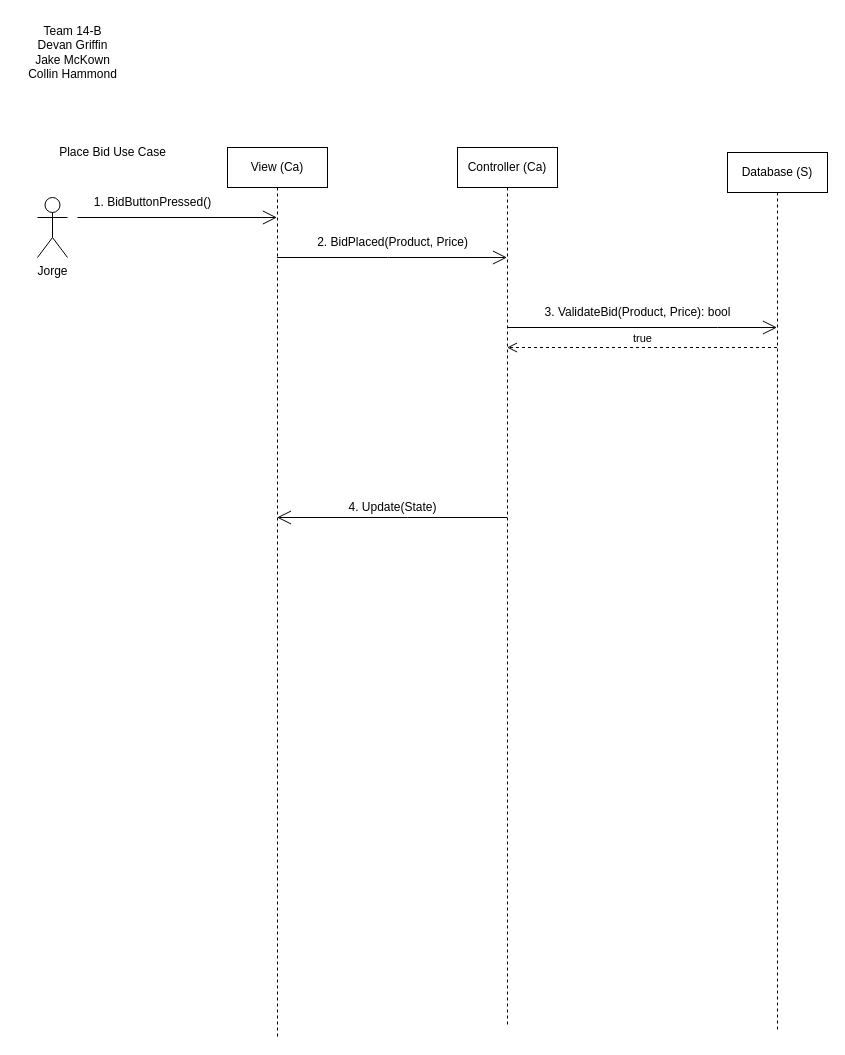
Earlier version of the draw.io diagram page "UC-UserBid" (3 of 4) of Project4-Diagrams.drawio (CoHammo/Bid501-Team14B). Source tidied: cells renumbered, new cells numbered last; positions are measured from the earlier drawing's top-left corner, leaving out a move shared by most shapes. Both pictures are drawn from the tidied source at 100%, with x=0, y=0 at pixel (17, 17).
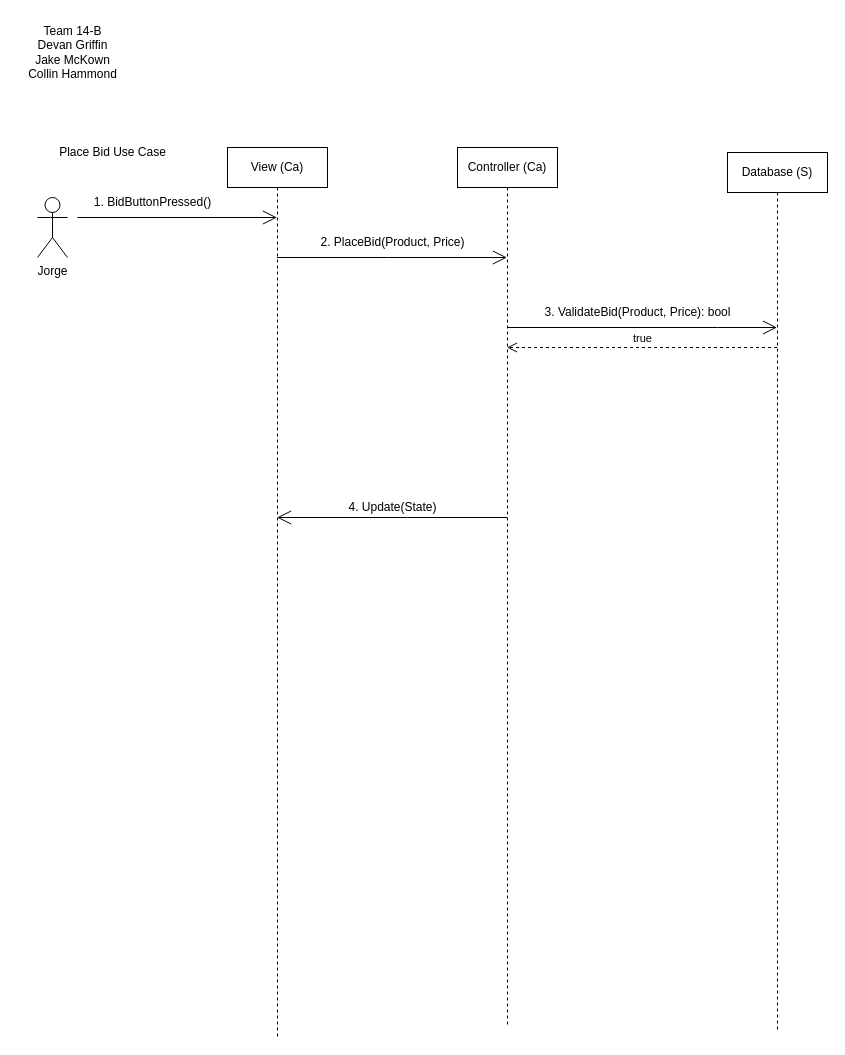
The same page after the edit.

Change to the diagram source:
```diff
@@
-    <mxCell id="8" value="2. BidPlaced(Product, Price)" style="text;html=1;align=center;verticalAlign=middle;strokeColor=none;fillColor=none;" parent="1" vertex="1">
+    <mxCell id="8" value="2. PlaceBid(Product, Price)" style="text;html=1;align=center;verticalAlign=middle;strokeColor=none;fillColor=none;" parent="1" vertex="1">
       <mxGeometry x="290" y="210" width="170" height="30" as="geometry" />
     </mxCell>
```
